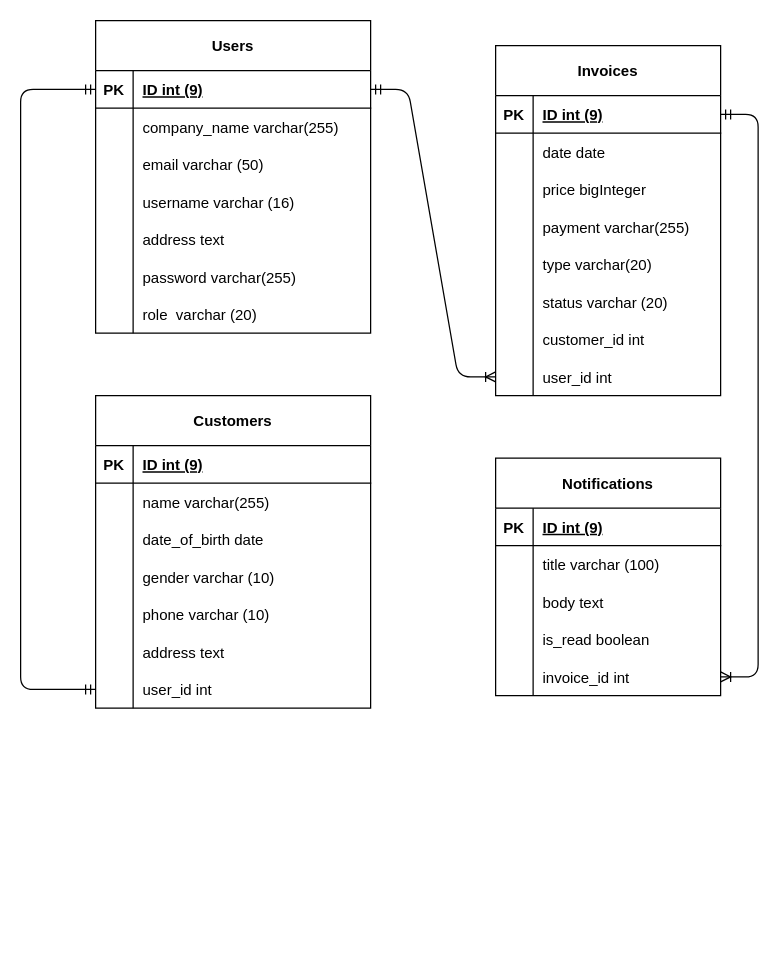
Earlier version of the draw.io diagram docs/db.drawio (Team-20-Alterra/back-end). Source tidied: cells renumbered, new cells numbered last; positions are measured from the earlier drawing's top-left corner, leaving out a move shared by most shapes. Both pictures are drawn from the tidied source at 125%, with x=0, y=0 at pixel (20, 20).
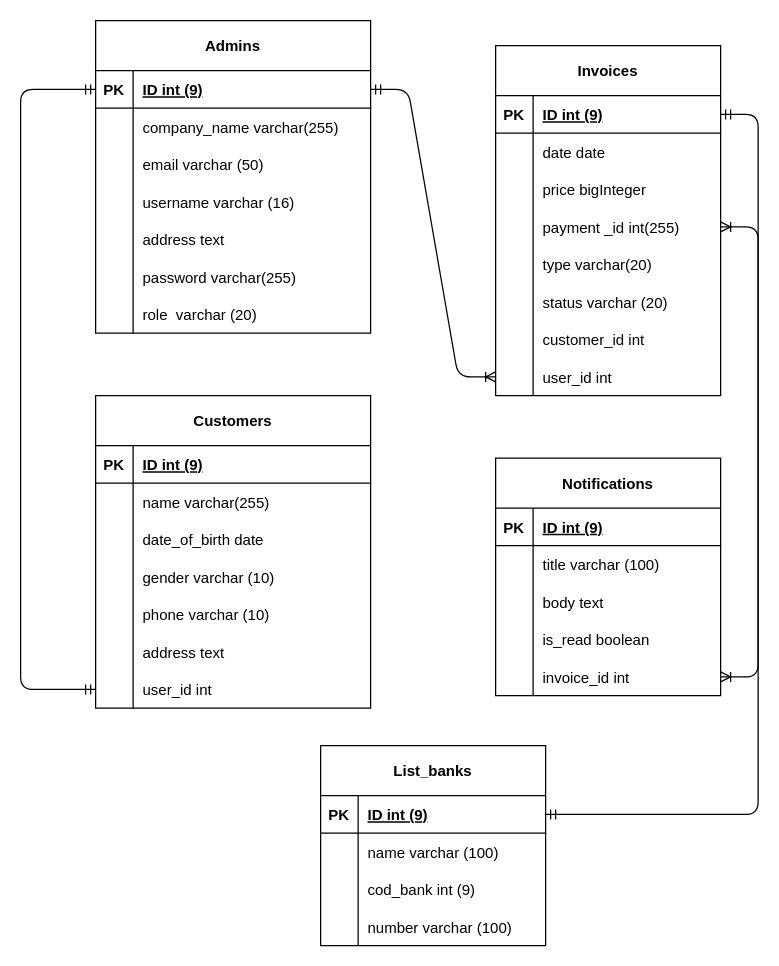
Above is the later version.

The change refers to these unchanged cells:
```xml
<mxCell id="34" style="shape=tableRow;horizontal=0;startSize=0;swimlaneHead=0;swimlaneBody=0;fillColor=none;points=[[0,0.5],[1,0.5]];portConstraint=eastwest;top=0;left=0;right=0;bottom=0;shadow=0;swimlaneLine=1;" parent="24" vertex="1">
  <mxGeometry y="130" width="180" height="30" as="geometry" />
</mxCell>
```

The edit, as a diff of the source:
```diff
@@
-    <mxCell id="2" value="Users" style="shape=table;startSize=40;childLayout=tableLayout;rowLines=0;fontStyle=1;align=center;shadow=0;swimlaneLine=1;" parent="1" vertex="1">
+    <mxCell id="2" value="Admins" style="shape=table;startSize=40;childLayout=tableLayout;rowLines=0;fontStyle=1;align=center;shadow=0;swimlaneLine=1;" parent="1" vertex="1">
       <mxGeometry x="60" width="220" height="250" as="geometry" />
     </mxCell>
@@
-    <mxCell id="36" value="payment varchar(255)" style="shape=partialRectangle;fillColor=none;top=0;left=0;bottom=0;right=0;align=left;spacingLeft=6;overflow=hidden;shadow=0;swimlaneLine=1;" parent="34" vertex="1">
+    <mxCell id="36" value="payment _id int(255)" style="shape=partialRectangle;fillColor=none;top=0;left=0;bottom=0;right=0;align=left;spacingLeft=6;overflow=hidden;shadow=0;swimlaneLine=1;" parent="34" vertex="1">
       <mxGeometry x="30" width="150" height="30" as="geometry" />
     </mxCell>
@@
+    <mxCell id="90" value="List_banks" style="shape=table;startSize=40;childLayout=tableLayout;rowLines=0;fontStyle=1;align=center;shadow=0;swimlaneLine=1;" parent="1" vertex="1">
+      <mxGeometry x="240" y="580" width="180" height="160" as="geometry" />
+    </mxCell>
+    <mxCell id="91" style="shape=tableRow;horizontal=0;startSize=0;swimlaneHead=0;swimlaneBody=0;fillColor=none;points=[[0,0.5],[1,0.5]];portConstraint=eastwest;top=0;left=0;right=0;bottom=1;shadow=0;swimlaneLine=1;" parent="90" vertex="1">
+      <mxGeometry y="40" width="180" height="30" as="geometry" />
+    </mxCell>
+    <mxCell id="92" value="PK" style="shape=partialRectangle;fillColor=none;top=0;left=0;bottom=0;right=0;fontStyle=1;overflow=hidden;shadow=0;swimlaneLine=1;" parent="91" vertex="1">
+      <mxGeometry width="30" height="30" as="geometry" />
+    </mxCell>
+    <mxCell id="93" value="ID int (9)" style="shape=partialRectangle;fillColor=none;top=0;left=0;bottom=0;right=0;align=left;spacingLeft=6;fontStyle=5;overflow=hidden;shadow=0;swimlaneLine=1;" parent="91" vertex="1">
+      <mxGeometry x="30" width="150" height="30" as="geometry" />
+    </mxCell>
+    <mxCell id="94" style="shape=tableRow;horizontal=0;startSize=0;swimlaneHead=0;swimlaneBody=0;fillColor=none;top=0;left=0;right=0;bottom=0;shadow=0;swimlaneLine=1;" parent="90" vertex="1">
+      <mxGeometry y="70" width="180" height="30" as="geometry" />
+    </mxCell>
+    <mxCell id="95" style="shape=partialRectangle;fillColor=none;top=0;left=0;bottom=0;right=0;overflow=hidden;shadow=0;swimlaneLine=1;" parent="94" vertex="1">
+      <mxGeometry width="30" height="30" as="geometry" />
+    </mxCell>
+    <mxCell id="96" value="name varchar (100)" style="shape=partialRectangle;fillColor=none;top=0;left=0;bottom=0;right=0;align=left;spacingLeft=6;overflow=hidden;shadow=0;swimlaneLine=1;" parent="94" vertex="1">
+      <mxGeometry x="30" width="150" height="30" as="geometry" />
+    </mxCell>
+    <mxCell id="97" style="shape=tableRow;horizontal=0;startSize=0;swimlaneHead=0;swimlaneBody=0;fillColor=none;top=0;left=0;right=0;bottom=0;shadow=0;swimlaneLine=1;" parent="90" vertex="1">
+      <mxGeometry y="100" width="180" height="30" as="geometry" />
+    </mxCell>
+    <mxCell id="98" style="shape=partialRectangle;fillColor=none;top=0;left=0;bottom=0;right=0;overflow=hidden;shadow=0;swimlaneLine=1;" parent="97" vertex="1">
+      <mxGeometry width="30" height="30" as="geometry" />
+    </mxCell>
+    <mxCell id="99" value="cod_bank int (9)" style="shape=partialRectangle;fillColor=none;top=0;left=0;bottom=0;right=0;align=left;spacingLeft=6;overflow=hidden;shadow=0;swimlaneLine=1;" parent="97" vertex="1">
+      <mxGeometry x="30" width="150" height="30" as="geometry" />
+    </mxCell>
+    <mxCell id="100" style="shape=tableRow;horizontal=0;startSize=0;swimlaneHead=0;swimlaneBody=0;fillColor=none;top=0;left=0;right=0;bottom=0;shadow=0;swimlaneLine=1;" parent="90" vertex="1">
+      <mxGeometry y="130" width="180" height="30" as="geometry" />
+    </mxCell>
+    <mxCell id="101" style="shape=partialRectangle;fillColor=none;top=0;left=0;bottom=0;right=0;overflow=hidden;shadow=0;swimlaneLine=1;" parent="100" vertex="1">
+      <mxGeometry width="30" height="30" as="geometry" />
+    </mxCell>
+    <mxCell id="102" value="number varchar (100)" style="shape=partialRectangle;fillColor=none;top=0;left=0;bottom=0;right=0;align=left;spacingLeft=6;overflow=hidden;shadow=0;swimlaneLine=1;" parent="100" vertex="1">
+      <mxGeometry x="30" width="150" height="30" as="geometry" />
+    </mxCell>
+    <mxCell id="103" style="edgeStyle=orthogonalEdgeStyle;fontSize=12;html=1;endArrow=ERoneToMany;startArrow=ERmandOne;exitX=1;exitY=0.5;exitDx=0;exitDy=0;entryX=1;entryY=0.5;entryDx=0;entryDy=0;" parent="1" edge="1" source="91" target="34">
+      <mxGeometry relative="1" as="geometry">
+        <Array as="points">
+          <mxPoint x="590" y="635" />
+          <mxPoint x="590" y="165" />
+        </Array>
+      </mxGeometry>
+    </mxCell>
```
